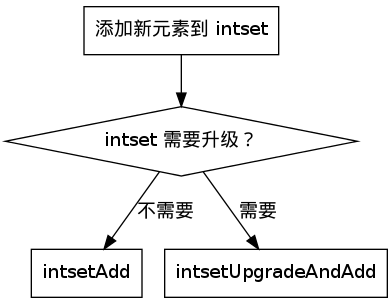
This is compress-datastruct/image/intset-add-upgrade.png from huangzworks/redisbook, a Graphviz export, as it was before one commit. Its source is kept beside it as compress-datastruct/image/intset-add-upgrade.dot. The source it was exported from:
```dot
digraph g {

    node [shape = record];

    add [label = "添加新元素到 intset"];

    upgrade_or_not [label = "intset 需要升级？", shape = diamond];

    add -> upgrade_or_not;

    upgrade_or_not -> intsetAdd [label = "不需要"];

    upgrade_or_not -> intsetUpgradeAndAdd [label = "需要"];

}
```
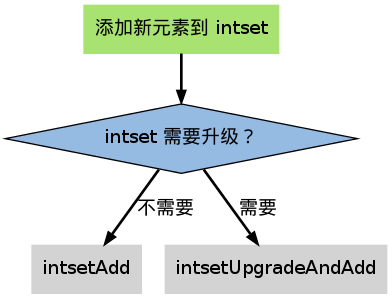
After the commit.

Commit message:
美化《整数集合》章节的图片

Diff of the diagram source:
```diff
@@ -1,10 +1,11 @@
 digraph g {
 
-    node [shape = record];
+    edge [style = bold];
+    node [shape = plaintext, style = filled];
 
-    add [label = "添加新元素到 intset"];
+    add [label = "添加新元素到 intset", fillcolor = "#A8E270"];
 
-    upgrade_or_not [label = "intset 需要升级？", shape = diamond];
+    upgrade_or_not [label = "intset 需要升级？", shape = diamond, fillcolor = "#95BBE3"];
 
     add -> upgrade_or_not;
 
```
